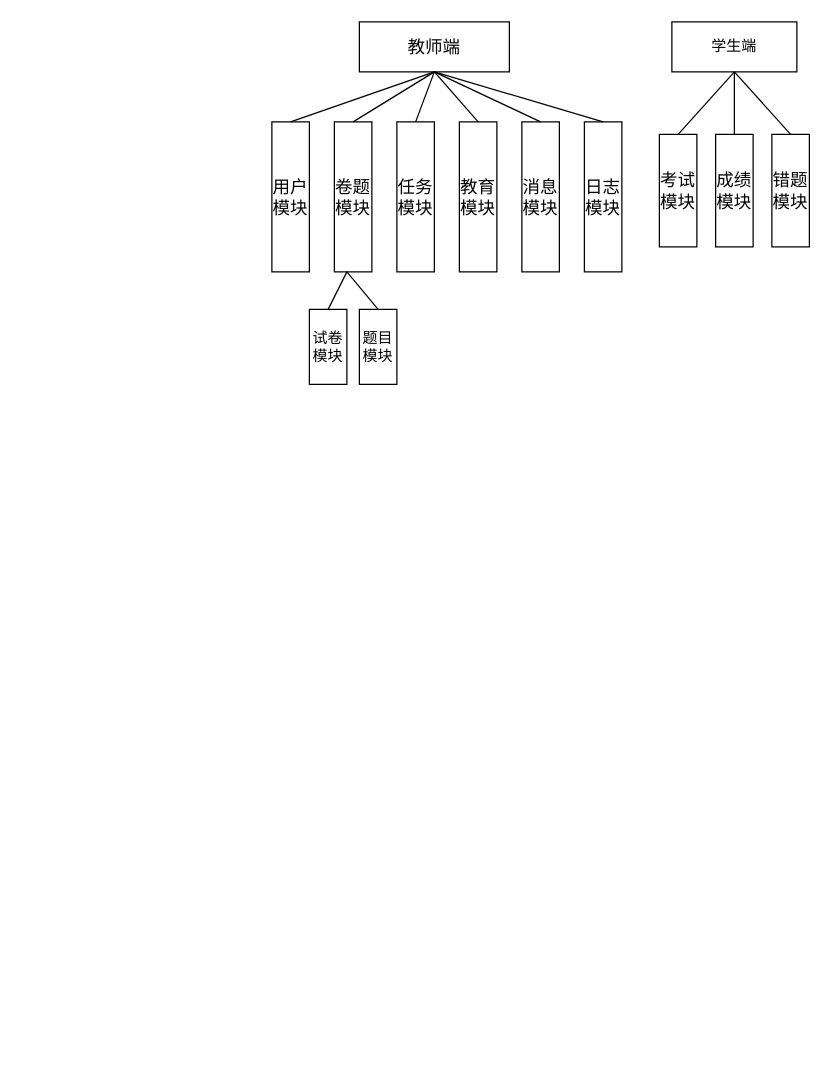
myyuhao/hello-world keeps this draw.io diagram as moduleDesign.drawio. Above is the earlier version. Source tidied: cells renumbered, new cells numbered last; positions are measured from the earlier drawing's top-left corner, leaving out a move shared by most shapes. Both pictures are drawn from the tidied source at 125%, with x=0, y=0 at pixel (271, 21).
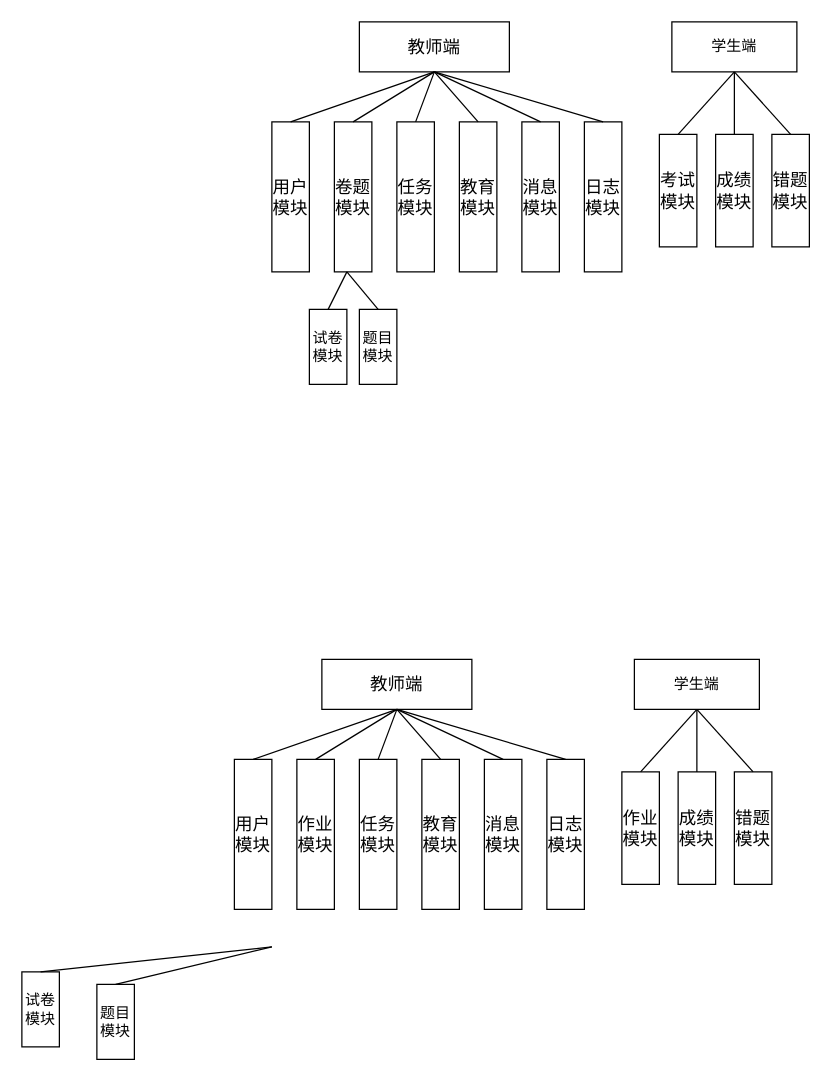
The same diagram, later.

Change to the diagram source:
```diff
@@
+    <mxCell id="26" value="&lt;font style=&quot;font-size: 14px&quot;&gt;教师端&lt;/font&gt;" style="rounded=0;whiteSpace=wrap;html=1;" parent="1" vertex="1">
+      <mxGeometry x="40" y="510" width="120" height="40" as="geometry" />
+    </mxCell>
+    <mxCell id="27" value="&lt;font style=&quot;font-size: 14px&quot;&gt;用户模块&lt;/font&gt;" style="rounded=0;whiteSpace=wrap;html=1;" parent="1" vertex="1">
+      <mxGeometry x="-30" y="590" width="30" height="120" as="geometry" />
+    </mxCell>
+    <mxCell id="28" value="&lt;font style=&quot;font-size: 14px&quot;&gt;作业模块&lt;/font&gt;" style="rounded=0;whiteSpace=wrap;html=1;" parent="1" vertex="1">
+      <mxGeometry x="20" y="590" width="30" height="120" as="geometry" />
+    </mxCell>
+    <mxCell id="29" value="&lt;font style=&quot;font-size: 14px&quot;&gt;任务模块&lt;/font&gt;" style="rounded=0;whiteSpace=wrap;html=1;" parent="1" vertex="1">
+      <mxGeometry x="70" y="590" width="30" height="120" as="geometry" />
+    </mxCell>
+    <mxCell id="30" value="&lt;font style=&quot;font-size: 14px&quot;&gt;教育模块&lt;/font&gt;" style="rounded=0;whiteSpace=wrap;html=1;" parent="1" vertex="1">
+      <mxGeometry x="120" y="590" width="30" height="120" as="geometry" />
+    </mxCell>
+    <mxCell id="31" value="&lt;font style=&quot;font-size: 14px&quot;&gt;消息模块&lt;/font&gt;" style="rounded=0;whiteSpace=wrap;html=1;" parent="1" vertex="1">
+      <mxGeometry x="170" y="590" width="30" height="120" as="geometry" />
+    </mxCell>
+    <mxCell id="32" value="&lt;font style=&quot;font-size: 14px&quot;&gt;日志模块&lt;/font&gt;" style="rounded=0;whiteSpace=wrap;html=1;" parent="1" vertex="1">
+      <mxGeometry x="220" y="590" width="30" height="120" as="geometry" />
+    </mxCell>
+    <mxCell id="33" style="endArrow=none;html=1;entryX=0.5;entryY=1;entryDx=0;entryDy=0;exitX=0.5;exitY=0;exitDx=0;exitDy=0;" parent="1" edge="1" source="27" target="26">
+      <mxGeometry relative="1" as="geometry" />
+    </mxCell>
+    <mxCell id="34" style="endArrow=none;html=1;exitX=0.5;exitY=0;exitDx=0;exitDy=0;" parent="1" edge="1" source="30">
+      <mxGeometry relative="1" as="geometry">
+        <mxPoint x="100" y="550" as="targetPoint" />
+      </mxGeometry>
+    </mxCell>
+    <mxCell id="35" style="endArrow=none;html=1;exitX=0.5;exitY=0;exitDx=0;exitDy=0;" parent="1" edge="1" source="29">
+      <mxGeometry relative="1" as="geometry">
+        <mxPoint x="100" y="550" as="targetPoint" />
+      </mxGeometry>
+    </mxCell>
+    <mxCell id="36" style="endArrow=none;html=1;entryX=0.5;entryY=1;entryDx=0;entryDy=0;exitX=0.5;exitY=0;exitDx=0;exitDy=0;" parent="1" edge="1" source="28" target="26">
+      <mxGeometry relative="1" as="geometry" />
+    </mxCell>
+    <mxCell id="37" style="endArrow=none;html=1;exitX=0.5;exitY=0;exitDx=0;exitDy=0;" parent="1" edge="1" source="32">
+      <mxGeometry relative="1" as="geometry">
+        <mxPoint x="100" y="550" as="targetPoint" />
+      </mxGeometry>
+    </mxCell>
+    <mxCell id="38" style="endArrow=none;html=1;entryX=0.5;entryY=1;entryDx=0;entryDy=0;exitX=0.5;exitY=0;exitDx=0;exitDy=0;" parent="1" edge="1" source="31" target="26">
+      <mxGeometry relative="1" as="geometry" />
+    </mxCell>
+    <mxCell id="39" value="题目模块" style="rounded=0;whiteSpace=wrap;html=1;" parent="1" vertex="1">
+      <mxGeometry x="-140" y="770" width="30" height="60" as="geometry" />
+    </mxCell>
+    <mxCell id="40" value="试卷模块" style="rounded=0;whiteSpace=wrap;html=1;" parent="1" vertex="1">
+      <mxGeometry x="-200" y="760" width="30" height="60" as="geometry" />
+    </mxCell>
+    <mxCell id="41" style="endArrow=none;html=1;exitX=0.5;exitY=0;exitDx=0;exitDy=0;" parent="1" edge="1" source="40">
+      <mxGeometry relative="1" as="geometry">
+        <mxPoint y="740" as="targetPoint" />
+      </mxGeometry>
+    </mxCell>
+    <mxCell id="42" style="endArrow=none;html=1;exitX=0.5;exitY=0;exitDx=0;exitDy=0;" parent="1" edge="1" source="39">
+      <mxGeometry relative="1" as="geometry">
+        <mxPoint y="740" as="targetPoint" />
+      </mxGeometry>
+    </mxCell>
+    <mxCell id="43" value="学生端" style="rounded=0;whiteSpace=wrap;html=1;" parent="1" vertex="1">
+      <mxGeometry x="290" y="510" width="100" height="40" as="geometry" />
+    </mxCell>
+    <mxCell id="44" value="&lt;font style=&quot;font-size: 14px&quot;&gt;成绩模块&lt;/font&gt;" style="rounded=0;whiteSpace=wrap;html=1;" parent="1" vertex="1">
+      <mxGeometry x="325" y="600" width="30" height="90" as="geometry" />
+    </mxCell>
+    <mxCell id="45" value="&lt;font style=&quot;font-size: 14px&quot;&gt;作业模块&lt;/font&gt;" style="rounded=0;whiteSpace=wrap;html=1;" parent="1" vertex="1">
+      <mxGeometry x="280" y="600" width="30" height="90" as="geometry" />
+    </mxCell>
+    <mxCell id="46" value="&lt;font style=&quot;font-size: 14px&quot;&gt;错题模块&lt;/font&gt;" style="rounded=0;whiteSpace=wrap;html=1;" parent="1" vertex="1">
+      <mxGeometry x="370" y="600" width="30" height="90" as="geometry" />
+    </mxCell>
+    <mxCell id="47" style="endArrow=none;html=1;entryX=0.5;entryY=1;entryDx=0;entryDy=0;exitX=0.5;exitY=0;exitDx=0;exitDy=0;" parent="1" edge="1" source="46" target="43">
+      <mxGeometry relative="1" as="geometry" />
+    </mxCell>
+    <mxCell id="48" style="endArrow=none;html=1;entryX=0.5;entryY=1;entryDx=0;entryDy=0;exitX=0.5;exitY=0;exitDx=0;exitDy=0;" parent="1" edge="1" source="44" target="43">
+      <mxGeometry relative="1" as="geometry" />
+    </mxCell>
+    <mxCell id="49" style="endArrow=none;html=1;entryX=0.5;entryY=1;entryDx=0;entryDy=0;exitX=0.5;exitY=0;exitDx=0;exitDy=0;" parent="1" edge="1" source="45" target="43">
+      <mxGeometry relative="1" as="geometry" />
+    </mxCell>
```
